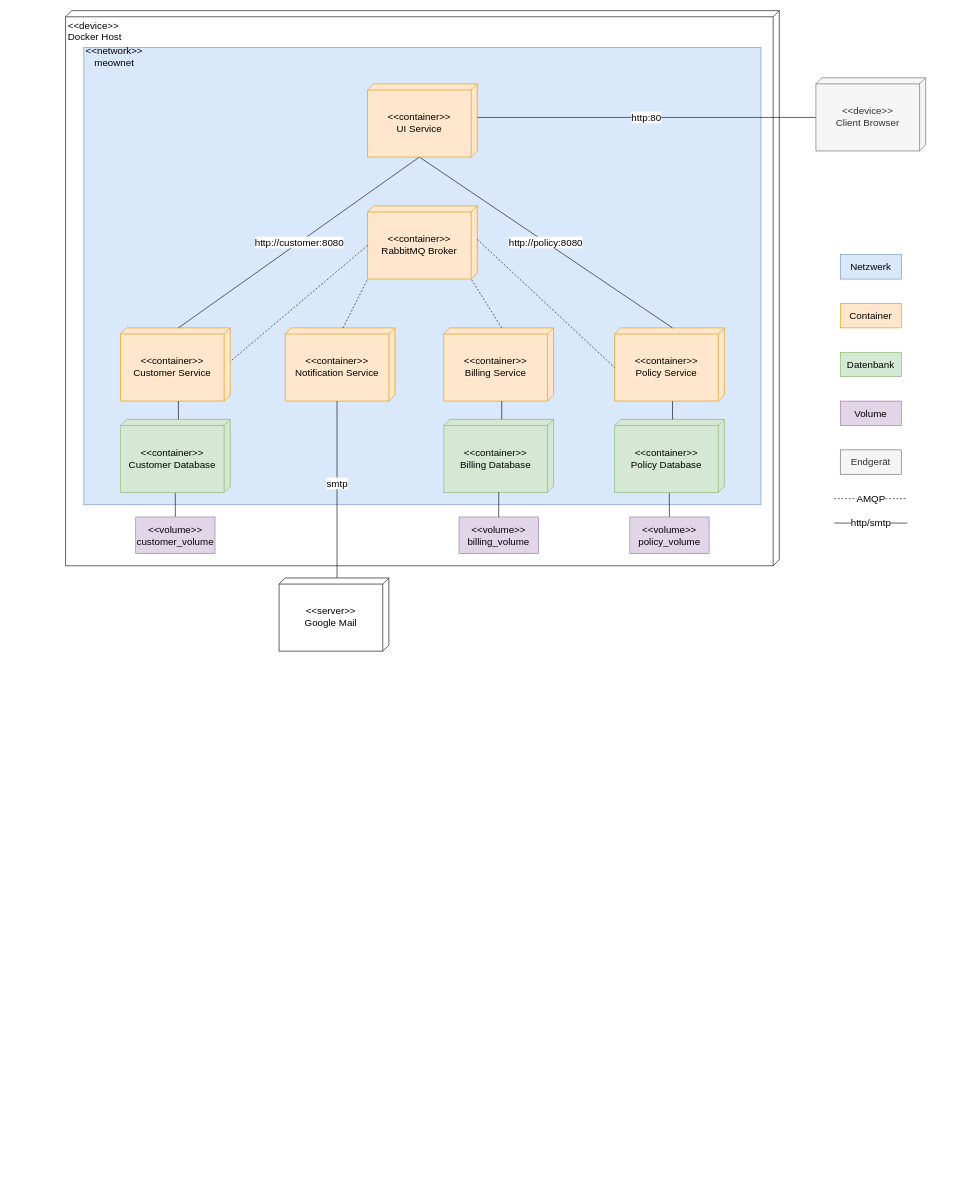
The draw.io diagram EDA/UML/Docker_Deployment.drawio in danieland2606/Bachelorprojekt, before the edit. Source tidied: cells renumbered, new cells numbered last; positions are measured from the earlier drawing's top-left corner, leaving out a move shared by most shapes. Both pictures are drawn from the tidied source at 61%, with x=0, y=0 at pixel (65, 10).
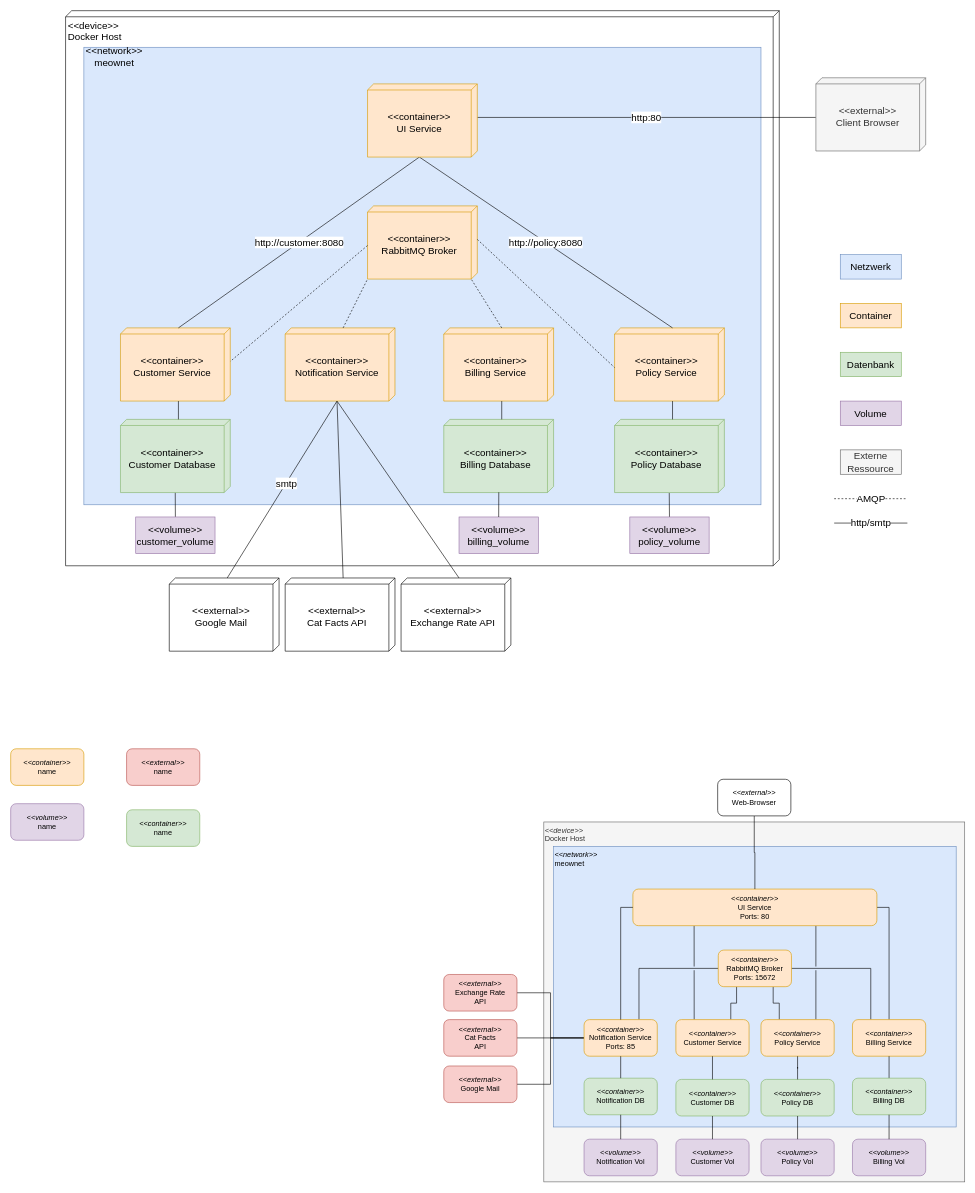
The same diagram, later.

The change refers to these unchanged cells:
```xml
<mxCell id="10" style="group;fontSize=16;" parent="1" vertex="1">
  <mxGeometry x="1270" y="400" width="100" height="360" as="geometry" />
</mxCell>
<mxCell id="30" value="&amp;lt;&amp;lt;container&amp;gt;&amp;gt;&lt;br style=&quot;font-size: 16px;&quot;&gt;Notification Service" style="verticalAlign=middle;align=center;spacingTop=8;spacingLeft=2;spacingRight=12;shape=cube;size=10;direction=south;fontStyle=0;html=1;whiteSpace=wrap;fillColor=#ffe6cc;strokeColor=#d79b00;fontSize=16;" parent="1" vertex="1">
  <mxGeometry x="360" y="520" width="180" height="120" as="geometry" />
</mxCell>
```

The edit, as a diff of the source:
```diff
@@
+    <mxCell id="45" value="&lt;i&gt;&amp;lt;&amp;lt;device&amp;gt;&amp;gt;&lt;/i&gt;&lt;br&gt;&lt;div style=&quot;&quot;&gt;&lt;span style=&quot;background-color: initial;&quot;&gt;Docker Host&lt;/span&gt;&lt;/div&gt;" style="rounded=0;whiteSpace=wrap;html=1;verticalAlign=top;align=left;fillColor=#f5f5f5;fontColor=#333333;strokeColor=#666666;" parent="1" vertex="1">
+      <mxGeometry x="784" y="1330" width="690" height="590" as="geometry" />
+    </mxCell>
+    <mxCell id="46" value="&amp;lt;&amp;lt;network&amp;gt;&amp;gt;&lt;br&gt;&lt;span style=&quot;font-style: normal;&quot;&gt;meownet&lt;/span&gt;" style="rounded=0;whiteSpace=wrap;html=1;verticalAlign=top;align=left;fontStyle=2;fillColor=#dae8fc;strokeColor=#6c8ebf;" parent="1" vertex="1">
+      <mxGeometry x="800" y="1370" width="660" height="460" as="geometry" />
+    </mxCell>
@@
-    <mxCell id="9" value="&amp;lt;&amp;lt;device&amp;gt;&amp;gt;&lt;br style=&quot;font-size: 16px;&quot;&gt;Client Browser" style="verticalAlign=middle;align=center;spacingTop=8;spacingLeft=2;spacingRight=12;shape=cube;size=10;direction=south;fontStyle=0;html=1;whiteSpace=wrap;fillColor=#f5f5f5;fontColor=#333333;strokeColor=#666666;fontSize=16;" parent="1" vertex="1">
+    <mxCell id="9" value="&amp;lt;&amp;lt;external&amp;gt;&amp;gt;&lt;br style=&quot;font-size: 16px;&quot;&gt;Client Browser" style="verticalAlign=middle;align=center;spacingTop=8;spacingLeft=2;spacingRight=12;shape=cube;size=10;direction=south;fontStyle=0;html=1;whiteSpace=wrap;fillColor=#f5f5f5;fontColor=#333333;strokeColor=#666666;fontSize=16;" parent="1" vertex="1">
       <mxGeometry x="1230" y="110" width="180" height="120" as="geometry" />
     </mxCell>
@@
-    <mxCell id="15" value="Endgerät" style="rounded=0;whiteSpace=wrap;html=1;fillColor=#f5f5f5;strokeColor=#666666;fontColor=#333333;fontSize=16;" parent="10" vertex="1">
+    <mxCell id="15" value="Externe Ressource" style="rounded=0;whiteSpace=wrap;html=1;fillColor=#f5f5f5;strokeColor=#666666;fontColor=#333333;fontSize=16;" parent="10" vertex="1">
       <mxGeometry y="320" width="100" height="40" as="geometry" />
     </mxCell>
@@
+    <mxCell id="47" style="rounded=0;jettySize=auto;html=1;exitX=0;exitY=0;exitDx=120;exitDy=95;exitPerimeter=0;entryX=0;entryY=0;entryDx=0;entryDy=85;entryPerimeter=0;endArrow=none;endFill=0;" parent="1" edge="1" source="30" target="49">
+      <mxGeometry relative="1" as="geometry" />
+    </mxCell>
+    <mxCell id="48" style="rounded=0;jettySize=auto;html=1;exitX=0;exitY=0;exitDx=120;exitDy=95;exitPerimeter=0;entryX=0;entryY=0;entryDx=0;entryDy=85;entryPerimeter=0;endArrow=none;endFill=0;" parent="1" edge="1" source="30" target="50">
+      <mxGeometry relative="1" as="geometry" />
+    </mxCell>
@@
-    <mxCell id="41" value="&amp;lt;&amp;lt;server&amp;gt;&amp;gt;&lt;br style=&quot;font-size: 16px;&quot;&gt;Google Mail" style="verticalAlign=middle;align=center;spacingTop=8;spacingLeft=2;spacingRight=12;shape=cube;size=10;direction=south;fontStyle=0;html=1;whiteSpace=wrap;fontSize=16;" parent="1" vertex="1">
-      <mxGeometry x="350" y="930" width="180" height="120" as="geometry" />
+    <mxCell id="41" value="&amp;lt;&amp;lt;external&amp;gt;&amp;gt;&lt;br style=&quot;font-size: 16px;&quot;&gt;Google Mail" style="verticalAlign=middle;align=center;spacingTop=8;spacingLeft=2;spacingRight=12;shape=cube;size=10;direction=south;fontStyle=0;html=1;whiteSpace=wrap;fontSize=16;" parent="1" vertex="1">
+      <mxGeometry x="170" y="930" width="180" height="120" as="geometry" />
     </mxCell>
@@
+    <mxCell id="49" value="&amp;lt;&amp;lt;external&amp;gt;&amp;gt;&lt;br style=&quot;font-size: 16px;&quot;&gt;Cat Facts API" style="verticalAlign=middle;align=center;spacingTop=8;spacingLeft=2;spacingRight=12;shape=cube;size=10;direction=south;fontStyle=0;html=1;whiteSpace=wrap;fontSize=16;" parent="1" vertex="1">
+      <mxGeometry x="360" y="930" width="180" height="120" as="geometry" />
+    </mxCell>
+    <mxCell id="50" value="&amp;lt;&amp;lt;external&amp;gt;&amp;gt;&lt;br style=&quot;font-size: 16px;&quot;&gt;Exchange Rate API" style="verticalAlign=middle;align=center;spacingTop=8;spacingLeft=2;spacingRight=12;shape=cube;size=10;direction=south;fontStyle=0;html=1;whiteSpace=wrap;fontSize=16;" parent="1" vertex="1">
+      <mxGeometry x="550" y="930" width="180" height="120" as="geometry" />
+    </mxCell>
+    <mxCell id="51" value="&lt;i&gt;&amp;lt;&amp;lt;container&amp;gt;&amp;gt;&lt;/i&gt;&lt;br&gt;name" style="rounded=1;whiteSpace=wrap;html=1;fillColor=#ffe6cc;strokeColor=#d79b00;" parent="1" vertex="1">
+      <mxGeometry x="-90" y="1210" width="120" height="60" as="geometry" />
+    </mxCell>
+    <mxCell id="52" value="&lt;i&gt;&amp;lt;&amp;lt;volume&amp;gt;&amp;gt;&lt;/i&gt;&lt;br&gt;name" style="rounded=1;whiteSpace=wrap;html=1;fillColor=#e1d5e7;strokeColor=#9673a6;" parent="1" vertex="1">
+      <mxGeometry x="-90" y="1300" width="120" height="60" as="geometry" />
+    </mxCell>
+    <mxCell id="53" value="&lt;i&gt;&amp;lt;&amp;lt;external&amp;gt;&amp;gt;&lt;/i&gt;&lt;br&gt;name" style="rounded=1;whiteSpace=wrap;html=1;fillColor=#f8cecc;strokeColor=#b85450;" parent="1" vertex="1">
+      <mxGeometry x="100" y="1210" width="120" height="60" as="geometry" />
+    </mxCell>
+    <mxCell id="54" style="edgeStyle=orthogonalEdgeStyle;rounded=0;jettySize=auto;html=1;exitX=0;exitY=0.5;exitDx=0;exitDy=0;entryX=0.75;entryY=0;entryDx=0;entryDy=0;endArrow=none;endFill=0;jumpStyle=gap;" parent="1" edge="1" source="58" target="69">
+      <mxGeometry relative="1" as="geometry" />
+    </mxCell>
+    <mxCell id="55" style="edgeStyle=orthogonalEdgeStyle;rounded=0;jettySize=auto;html=1;exitX=1;exitY=0.5;exitDx=0;exitDy=0;entryX=0.25;entryY=0;entryDx=0;entryDy=0;endArrow=none;endFill=0;" parent="1" edge="1" source="58" target="78">
+      <mxGeometry relative="1" as="geometry" />
+    </mxCell>
+    <mxCell id="56" style="rounded=0;jettySize=auto;html=1;exitX=0.25;exitY=1;exitDx=0;exitDy=0;entryX=0.75;entryY=0;entryDx=0;entryDy=0;endArrow=none;endFill=0;edgeStyle=orthogonalEdgeStyle;" parent="1" edge="1" source="58" target="90">
+      <mxGeometry relative="1" as="geometry" />
+    </mxCell>
+    <mxCell id="57" style="rounded=0;jettySize=auto;html=1;exitX=0.75;exitY=1;exitDx=0;exitDy=0;entryX=0.25;entryY=0;entryDx=0;entryDy=0;endArrow=none;endFill=0;edgeStyle=orthogonalEdgeStyle;" parent="1" edge="1" source="58" target="84">
+      <mxGeometry relative="1" as="geometry" />
+    </mxCell>
+    <mxCell id="58" value="&lt;i&gt;&amp;lt;&amp;lt;container&amp;gt;&amp;gt;&lt;/i&gt;&lt;br&gt;RabbitMQ Broker&lt;br&gt;Ports: 15672" style="rounded=1;whiteSpace=wrap;html=1;fillColor=#ffe6cc;strokeColor=#d79b00;" parent="1" vertex="1">
+      <mxGeometry x="1070" y="1540" width="120" height="60" as="geometry" />
+    </mxCell>
+    <mxCell id="59" style="edgeStyle=orthogonalEdgeStyle;rounded=0;jettySize=auto;html=1;exitX=1;exitY=0.5;exitDx=0;exitDy=0;entryX=0.5;entryY=0;entryDx=0;entryDy=0;endArrow=none;endFill=0;" parent="1" edge="1" source="62" target="78">
+      <mxGeometry relative="1" as="geometry" />
+    </mxCell>
+    <mxCell id="60" style="rounded=0;jettySize=auto;html=1;exitX=0.251;exitY=1;exitDx=0;exitDy=0;entryX=0.25;entryY=0;entryDx=0;entryDy=0;orthogonal=0;enumerate=0;noJump=0;exitPerimeter=0;endArrow=none;endFill=0;jumpStyle=gap;" parent="1" edge="1" source="62" target="90">
+      <mxGeometry relative="1" as="geometry" />
+    </mxCell>
+    <mxCell id="61" style="rounded=0;jettySize=auto;html=1;exitX=0.75;exitY=1;exitDx=0;exitDy=0;entryX=0.75;entryY=0;entryDx=0;entryDy=0;endArrow=none;endFill=0;noJump=0;flowAnimation=0;comic=0;elbow=vertical;shadow=0;jumpStyle=gap;" parent="1" edge="1" source="62" target="84">
+      <mxGeometry relative="1" as="geometry" />
+    </mxCell>
+    <mxCell id="62" value="&lt;i&gt;&amp;lt;&amp;lt;container&amp;gt;&amp;gt;&lt;/i&gt;&lt;br&gt;UI Service&lt;br&gt;Ports: 80" style="rounded=1;whiteSpace=wrap;html=1;fillColor=#ffe6cc;strokeColor=#d79b00;" parent="1" vertex="1">
+      <mxGeometry x="930" y="1440" width="400" height="60" as="geometry" />
+    </mxCell>
+    <mxCell id="63" value="&lt;i&gt;&amp;lt;&amp;lt;container&amp;gt;&amp;gt;&lt;/i&gt;&lt;br&gt;name" style="rounded=1;whiteSpace=wrap;html=1;fillColor=#d5e8d4;strokeColor=#82b366;" parent="1" vertex="1">
+      <mxGeometry x="100" y="1310" width="120" height="60" as="geometry" />
+    </mxCell>
+    <mxCell id="64" style="edgeStyle=orthogonalEdgeStyle;rounded=0;jettySize=auto;html=1;exitX=1;exitY=0.5;exitDx=0;exitDy=0;entryX=0;entryY=0.5;entryDx=0;entryDy=0;endArrow=none;endFill=0;" parent="1" edge="1" source="95" target="69">
+      <mxGeometry relative="1" as="geometry" />
+    </mxCell>
+    <mxCell id="65" style="edgeStyle=orthogonalEdgeStyle;rounded=0;jettySize=auto;html=1;exitX=1;exitY=0.5;exitDx=0;exitDy=0;entryX=0;entryY=0.5;entryDx=0;entryDy=0;endArrow=none;endFill=0;" parent="1" edge="1" source="96" target="69">
+      <mxGeometry relative="1" as="geometry" />
+    </mxCell>
+    <mxCell id="66" style="edgeStyle=orthogonalEdgeStyle;rounded=0;jettySize=auto;html=1;exitX=1;exitY=0.5;exitDx=0;exitDy=0;entryX=0;entryY=0.5;entryDx=0;entryDy=0;endArrow=none;endFill=0;" parent="1" edge="1" source="97" target="69">
+      <mxGeometry relative="1" as="geometry" />
+    </mxCell>
+    <mxCell id="67" style="group;" parent="1" vertex="1">
+      <mxGeometry x="850" y="1654" width="120" height="256" as="geometry" />
+    </mxCell>
+    <mxCell id="68" value="&lt;i&gt;&amp;lt;&amp;lt;volume&amp;gt;&amp;gt;&lt;/i&gt;&lt;br&gt;Notification Vol" style="rounded=1;whiteSpace=wrap;html=1;fillColor=#e1d5e7;strokeColor=#9673a6;" parent="67" vertex="1">
+      <mxGeometry y="196" width="120" height="60" as="geometry" />
+    </mxCell>
+    <mxCell id="69" value="&lt;i&gt;&amp;lt;&amp;lt;container&amp;gt;&amp;gt;&lt;/i&gt;&lt;br&gt;Notification Service&lt;br&gt;Ports: 85" style="rounded=1;whiteSpace=wrap;html=1;fillColor=#ffe6cc;strokeColor=#d79b00;" parent="67" vertex="1">
+      <mxGeometry width="120" height="60" as="geometry" />
+    </mxCell>
+    <mxCell id="70" value="&lt;i&gt;&amp;lt;&amp;lt;container&amp;gt;&amp;gt;&lt;/i&gt;&lt;br&gt;Notification DB" style="rounded=1;whiteSpace=wrap;html=1;fillColor=#d5e8d4;strokeColor=#82b366;" parent="67" vertex="1">
+      <mxGeometry y="96" width="120" height="60" as="geometry" />
+    </mxCell>
+    <mxCell id="71" style="edgeStyle=orthogonalEdgeStyle;rounded=0;jettySize=auto;html=1;exitX=0.5;exitY=1;exitDx=0;exitDy=0;entryX=0.5;entryY=0;entryDx=0;entryDy=0;endArrow=none;endFill=0;" parent="67" edge="1" source="70" target="68">
+      <mxGeometry relative="1" as="geometry" />
+    </mxCell>
+    <mxCell id="72" style="edgeStyle=orthogonalEdgeStyle;rounded=0;jettySize=auto;html=1;exitX=0.5;exitY=1;exitDx=0;exitDy=0;entryX=0.5;entryY=0;entryDx=0;entryDy=0;endArrow=none;endFill=0;" parent="67" edge="1" source="69" target="70">
+      <mxGeometry relative="1" as="geometry" />
+    </mxCell>
+    <mxCell id="73" style="edgeStyle=orthogonalEdgeStyle;rounded=0;jettySize=auto;html=1;exitX=0;exitY=0.5;exitDx=0;exitDy=0;entryX=0.5;entryY=0;entryDx=0;entryDy=0;endArrow=none;endFill=0;" parent="1" edge="1" source="62" target="69">
+      <mxGeometry relative="1" as="geometry" />
+    </mxCell>
+    <mxCell id="74" style="edgeStyle=orthogonalEdgeStyle;rounded=0;jettySize=auto;html=1;exitX=0.5;exitY=1;exitDx=0;exitDy=0;entryX=0.5;entryY=0;entryDx=0;entryDy=0;endArrow=none;endFill=0;" parent="1" edge="1" source="75" target="62">
+      <mxGeometry relative="1" as="geometry" />
+    </mxCell>
+    <mxCell id="75" value="&lt;i&gt;&amp;lt;&amp;lt;external&amp;gt;&amp;gt;&lt;/i&gt;&lt;br&gt;Web-Browser" style="rounded=1;whiteSpace=wrap;html=1;" parent="1" vertex="1">
+      <mxGeometry x="1069" y="1260" width="120" height="60" as="geometry" />
+    </mxCell>
+    <mxCell id="76" style="group;" parent="1" vertex="1">
+      <mxGeometry x="1290" y="1654" width="120" height="256" as="geometry" />
+    </mxCell>
+    <mxCell id="77" value="&lt;i&gt;&amp;lt;&amp;lt;volume&amp;gt;&amp;gt;&lt;/i&gt;&lt;br&gt;Billing Vol" style="rounded=1;whiteSpace=wrap;html=1;fillColor=#e1d5e7;strokeColor=#9673a6;" parent="76" vertex="1">
+      <mxGeometry y="196" width="120" height="60" as="geometry" />
+    </mxCell>
+    <mxCell id="78" value="&lt;i&gt;&amp;lt;&amp;lt;container&amp;gt;&amp;gt;&lt;/i&gt;&lt;br&gt;Billing Service" style="rounded=1;whiteSpace=wrap;html=1;fillColor=#ffe6cc;strokeColor=#d79b00;" parent="76" vertex="1">
+      <mxGeometry width="120" height="60" as="geometry" />
+    </mxCell>
+    <mxCell id="79" style="edgeStyle=orthogonalEdgeStyle;rounded=0;jettySize=auto;html=1;exitX=0.5;exitY=1;exitDx=0;exitDy=0;entryX=0.5;entryY=0;entryDx=0;entryDy=0;endArrow=none;endFill=0;" parent="76" edge="1" source="78" target="80">
+      <mxGeometry relative="1" as="geometry" />
+    </mxCell>
+    <mxCell id="80" value="&lt;i&gt;&amp;lt;&amp;lt;container&amp;gt;&amp;gt;&lt;/i&gt;&lt;br&gt;Billing DB" style="rounded=1;whiteSpace=wrap;html=1;fillColor=#d5e8d4;strokeColor=#82b366;" parent="76" vertex="1">
+      <mxGeometry y="96" width="120" height="60" as="geometry" />
+    </mxCell>
+    <mxCell id="81" style="edgeStyle=orthogonalEdgeStyle;rounded=0;jettySize=auto;html=1;exitX=0.5;exitY=1;exitDx=0;exitDy=0;entryX=0.5;entryY=0;entryDx=0;entryDy=0;endArrow=none;endFill=0;" parent="76" edge="1" source="80" target="77">
+      <mxGeometry relative="1" as="geometry" />
+    </mxCell>
+    <mxCell id="82" style="group;" parent="1" vertex="1">
+      <mxGeometry x="1140" y="1654" width="120" height="256" as="geometry" />
+    </mxCell>
+    <mxCell id="83" value="&lt;i&gt;&amp;lt;&amp;lt;volume&amp;gt;&amp;gt;&lt;/i&gt;&lt;br&gt;Policy Vol" style="rounded=1;whiteSpace=wrap;html=1;fillColor=#e1d5e7;strokeColor=#9673a6;" parent="82" vertex="1">
+      <mxGeometry y="196" width="120" height="60" as="geometry" />
+    </mxCell>
+    <mxCell id="84" value="&lt;i&gt;&amp;lt;&amp;lt;container&amp;gt;&amp;gt;&lt;/i&gt;&lt;br&gt;Policy Service" style="rounded=1;whiteSpace=wrap;html=1;fillColor=#ffe6cc;strokeColor=#d79b00;" parent="82" vertex="1">
+      <mxGeometry width="120" height="60" as="geometry" />
+    </mxCell>
+    <mxCell id="85" value="&lt;i&gt;&amp;lt;&amp;lt;container&amp;gt;&amp;gt;&lt;/i&gt;&lt;br&gt;Policy DB" style="rounded=1;whiteSpace=wrap;html=1;fillColor=#d5e8d4;strokeColor=#82b366;" parent="82" vertex="1">
+      <mxGeometry y="98" width="120" height="60" as="geometry" />
+    </mxCell>
+    <mxCell id="86" style="edgeStyle=orthogonalEdgeStyle;rounded=0;jettySize=auto;html=1;exitX=0.5;exitY=1;exitDx=0;exitDy=0;endArrow=none;endFill=0;" parent="82" edge="1" source="84" target="85">
+      <mxGeometry relative="1" as="geometry" />
+    </mxCell>
+    <mxCell id="87" style="edgeStyle=orthogonalEdgeStyle;rounded=0;jettySize=auto;html=1;exitX=0.5;exitY=1;exitDx=0;exitDy=0;entryX=0.5;entryY=0;entryDx=0;entryDy=0;endArrow=none;endFill=0;" parent="82" edge="1" source="85" target="83">
+      <mxGeometry relative="1" as="geometry" />
+    </mxCell>
+    <mxCell id="88" style="group;" parent="1" vertex="1">
+      <mxGeometry x="1000.5" y="1654" width="120" height="256" as="geometry" />
+    </mxCell>
+    <mxCell id="89" value="&lt;i&gt;&amp;lt;&amp;lt;volume&amp;gt;&amp;gt;&lt;/i&gt;&lt;br&gt;Customer Vol" style="rounded=1;whiteSpace=wrap;html=1;fillColor=#e1d5e7;strokeColor=#9673a6;" parent="88" vertex="1">
+      <mxGeometry y="196" width="120" height="60" as="geometry" />
+    </mxCell>
+    <mxCell id="90" value="&lt;i&gt;&amp;lt;&amp;lt;container&amp;gt;&amp;gt;&lt;/i&gt;&lt;br&gt;Customer Service" style="rounded=1;whiteSpace=wrap;html=1;fillColor=#ffe6cc;strokeColor=#d79b00;" parent="88" vertex="1">
+      <mxGeometry width="120" height="60" as="geometry" />
+    </mxCell>
+    <mxCell id="91" value="&lt;i&gt;&amp;lt;&amp;lt;container&amp;gt;&amp;gt;&lt;/i&gt;&lt;br&gt;Customer DB" style="rounded=1;whiteSpace=wrap;html=1;fillColor=#d5e8d4;strokeColor=#82b366;" parent="88" vertex="1">
+      <mxGeometry y="98" width="120" height="60" as="geometry" />
+    </mxCell>
+    <mxCell id="92" style="edgeStyle=orthogonalEdgeStyle;rounded=0;jettySize=auto;html=1;exitX=0.5;exitY=1;exitDx=0;exitDy=0;entryX=0.5;entryY=0;entryDx=0;entryDy=0;endArrow=none;endFill=0;" parent="88" edge="1" source="91" target="89">
+      <mxGeometry relative="1" as="geometry" />
+    </mxCell>
+    <mxCell id="93" style="edgeStyle=orthogonalEdgeStyle;rounded=0;jettySize=auto;html=1;exitX=0.5;exitY=1;exitDx=0;exitDy=0;entryX=0.5;entryY=0;entryDx=0;entryDy=0;endArrow=none;endFill=0;" parent="88" edge="1" source="90" target="91">
+      <mxGeometry relative="1" as="geometry" />
+    </mxCell>
+    <mxCell id="94" style="group;" parent="1" vertex="1">
+      <mxGeometry x="620" y="1580" width="120" height="210" as="geometry" />
+    </mxCell>
+    <mxCell id="95" value="&lt;i&gt;&amp;lt;&amp;lt;external&amp;gt;&amp;gt;&lt;/i&gt;&lt;br&gt;Exchange Rate&lt;br&gt;API" style="rounded=1;whiteSpace=wrap;html=1;fillColor=#f8cecc;strokeColor=#b85450;" parent="94" vertex="1">
+      <mxGeometry width="120" height="60" as="geometry" />
+    </mxCell>
+    <mxCell id="96" value="&lt;i&gt;&amp;lt;&amp;lt;external&amp;gt;&amp;gt;&lt;/i&gt;&lt;br&gt;Cat Facts&lt;br&gt;API" style="rounded=1;whiteSpace=wrap;html=1;fillColor=#f8cecc;strokeColor=#b85450;" parent="94" vertex="1">
+      <mxGeometry y="74" width="120" height="60" as="geometry" />
+    </mxCell>
+    <mxCell id="97" value="&lt;i&gt;&amp;lt;&amp;lt;external&amp;gt;&amp;gt;&lt;/i&gt;&lt;br&gt;Google Mail" style="rounded=1;whiteSpace=wrap;html=1;fillColor=#f8cecc;strokeColor=#b85450;" parent="94" vertex="1">
+      <mxGeometry y="150" width="120" height="60" as="geometry" />
+    </mxCell>
```
